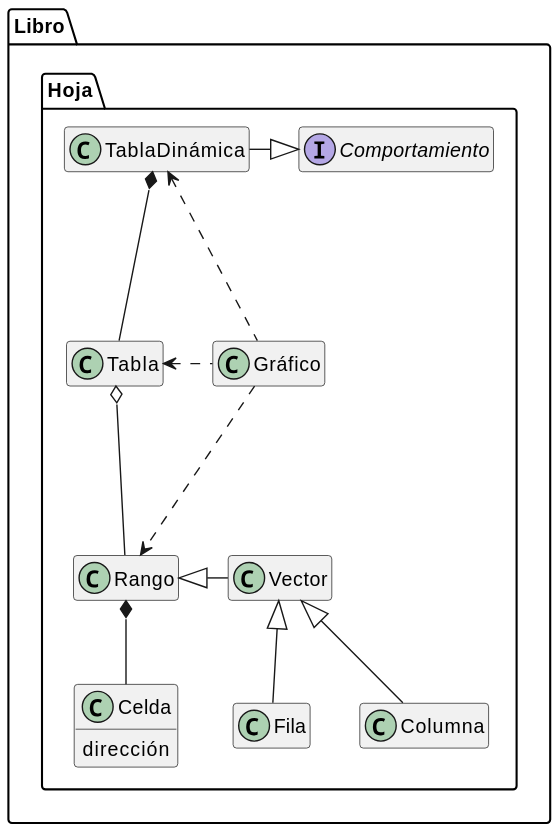
Earlier version of the PlantUML export images/modelosUML/docs/UMLdocs/esquema000.svg (mmasias/hdC).
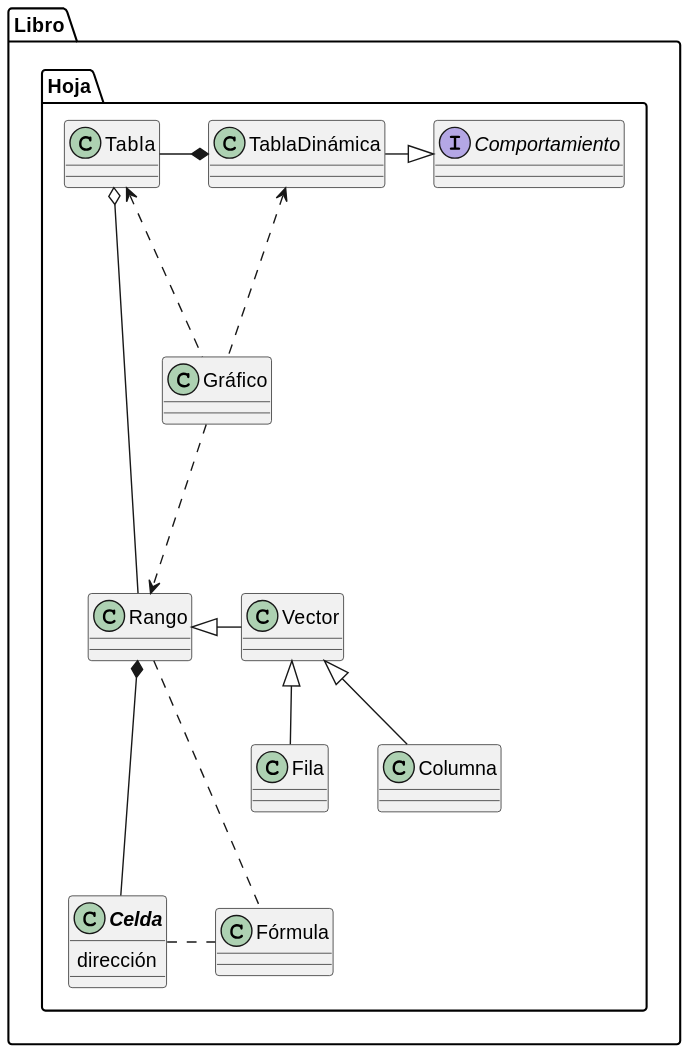
Later version of the same file.

Commit message:
Actualización de esquemas UML y documentación

Change to the diagram source:
```diff
@@ -1,25 +1,27 @@
 @startuml
-hide empty members
 
 package Libro{
 
     package Hoja {
         interface Comportamiento
-        Rango *-d- Celda
+        Rango *-d-- Celda
         Rango <|-r- Vector
         Vector <|-- Fila
         Vector <|-- Columna
-        TablaDinámica *-d- Tabla
+        TablaDinámica *--l-- Tabla
+        TablaDinámica -r-|> Comportamiento
         Tabla o-d- Rango
-        TablaDinámica -r-|> Comportamiento
         Gráfico ...> Rango
         Gráfico .l..> Tabla
         Gráfico .u..> TablaDinámica
+
+        Celda .r. Fórmula
+        Rango .d. Fórmula
+
+
+        class Celda as "<i><b>Celda</b></i>" {
+            dirección
+        }
     }
 }
-
-
-class Celda{
-    dirección
-}
 @enduml
```
